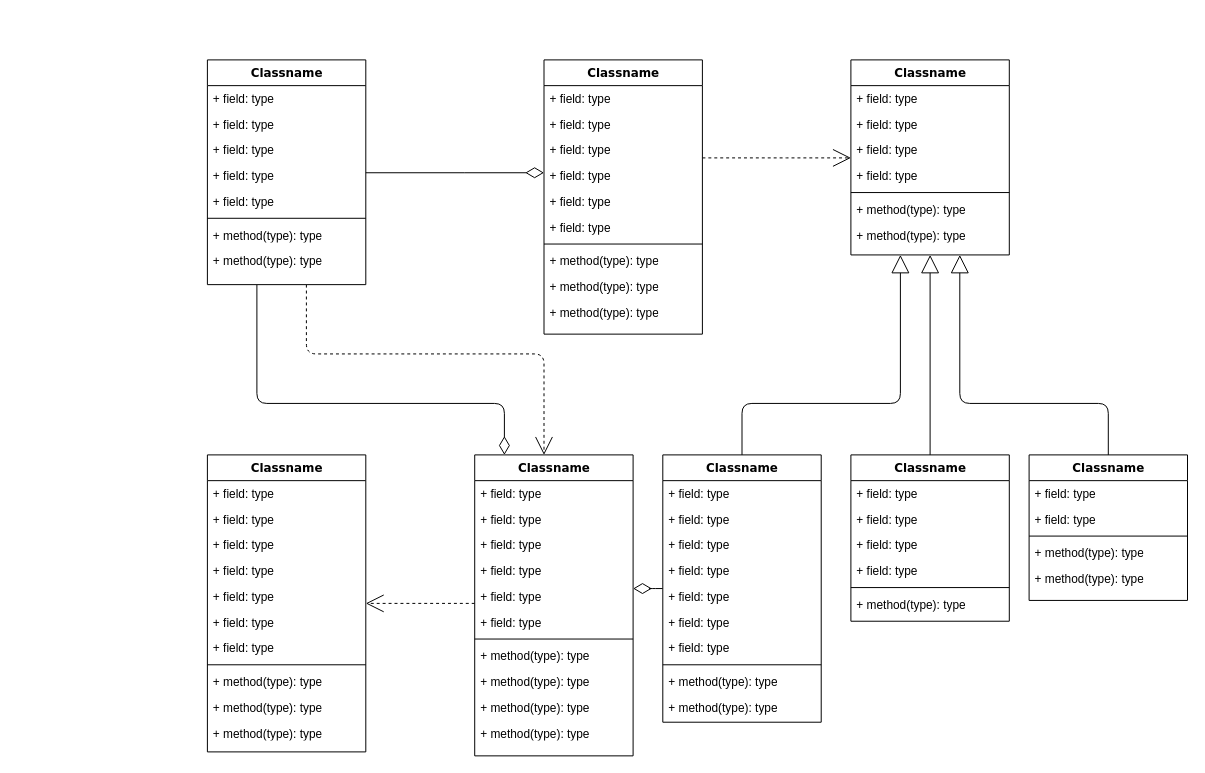
The draw.io diagram src/main/java/ru/elikoev/piknik/Диаграмма без названия.drawio in ElikoevSa/Picnic_Analysis, before the edit. Source tidied: cells renumbered, new cells numbered last; positions are measured from the earlier drawing's top-left corner, leaving out a move shared by most shapes. Both pictures are drawn from the tidied source at 99%, with x=0, y=0 at pixel (207, 59).
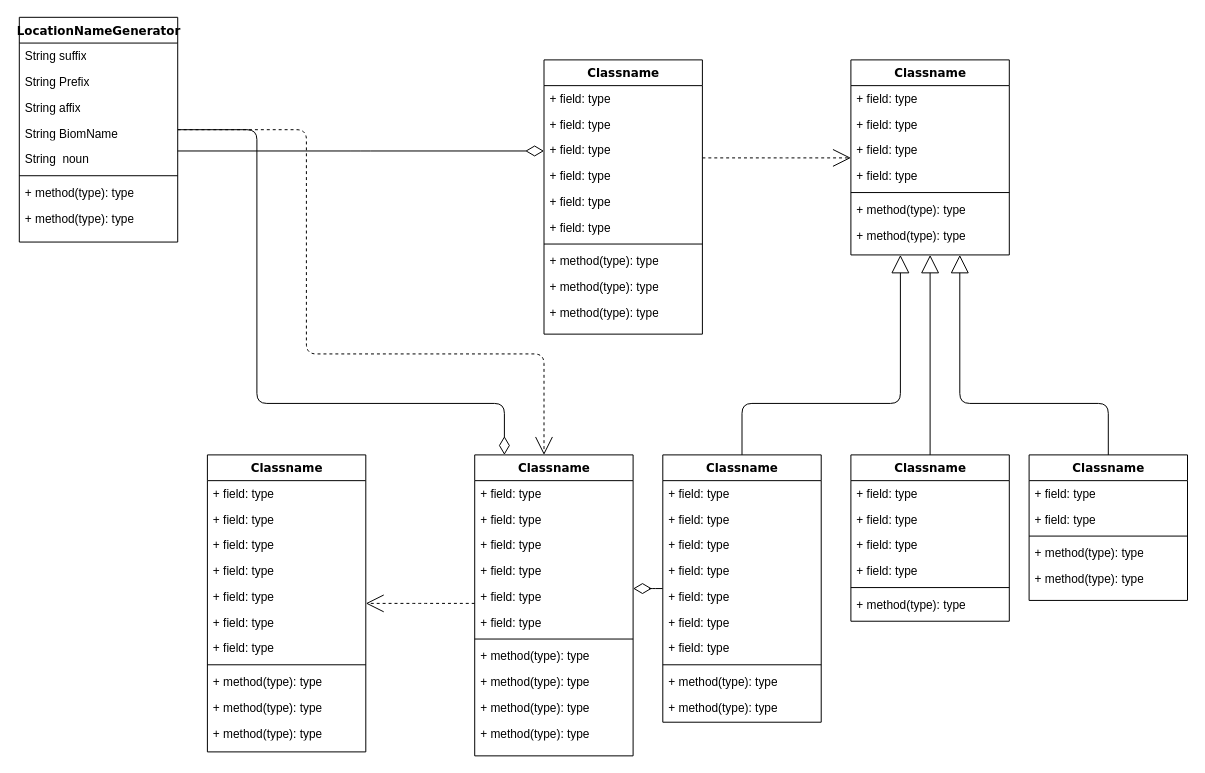
After the change.

Change to the diagram source:
```diff
@@
-    <mxCell id="4" value="Classname" style="swimlane;html=1;fontStyle=1;align=center;verticalAlign=top;horizontal=1;startSize=26;swimlaneFillColor=#ffffff;rounded=0;shadow=0;comic=0;labelBackgroundColor=none;strokeWidth=1;fillColor=none;fontFamily=Verdana;fontSize=12;" parent="1" vertex="1">
-      <mxGeometry width="160" height="227" as="geometry" />
+    <mxCell id="4" value="LocationNameGenerator&lt;div&gt;&lt;br&gt;&lt;/div&gt;" style="swimlane;html=1;fontStyle=1;align=center;verticalAlign=top;horizontal=1;startSize=26;swimlaneFillColor=#ffffff;rounded=0;shadow=0;comic=0;labelBackgroundColor=none;strokeWidth=1;fillColor=none;fontFamily=Verdana;fontSize=12;" parent="1" vertex="1">
+      <mxGeometry x="-190" y="-43" width="160" height="227" as="geometry" />
     </mxCell>
-    <mxCell id="5" value="+ field: type" style="text;html=1;strokeColor=none;fillColor=none;align=left;verticalAlign=top;spacingLeft=4;spacingRight=4;whiteSpace=wrap;overflow=hidden;" parent="4" vertex="1">
+    <mxCell id="5" value="String suffix" style="text;html=1;strokeColor=none;fillColor=none;align=left;verticalAlign=top;spacingLeft=4;spacingRight=4;whiteSpace=wrap;overflow=hidden;" parent="4" vertex="1">
       <mxGeometry y="26" width="160" height="26" as="geometry" />
     </mxCell>
-    <mxCell id="6" value="+ field: type" style="text;html=1;strokeColor=none;fillColor=none;align=left;verticalAlign=top;spacingLeft=4;spacingRight=4;whiteSpace=wrap;overflow=hidden;" parent="4" vertex="1">
+    <mxCell id="6" value="String Prefix" style="text;html=1;strokeColor=none;fillColor=none;align=left;verticalAlign=top;spacingLeft=4;spacingRight=4;whiteSpace=wrap;overflow=hidden;" parent="4" vertex="1">
       <mxGeometry y="52" width="160" height="26" as="geometry" />
     </mxCell>
-    <mxCell id="7" value="+ field: type" style="text;html=1;strokeColor=none;fillColor=none;align=left;verticalAlign=top;spacingLeft=4;spacingRight=4;whiteSpace=wrap;overflow=hidden;" parent="4" vertex="1">
+    <mxCell id="7" value="String affix" style="text;html=1;strokeColor=none;fillColor=none;align=left;verticalAlign=top;spacingLeft=4;spacingRight=4;whiteSpace=wrap;overflow=hidden;" parent="4" vertex="1">
       <mxGeometry y="78" width="160" height="26" as="geometry" />
     </mxCell>
-    <mxCell id="8" value="+ field: type" style="text;html=1;strokeColor=none;fillColor=none;align=left;verticalAlign=top;spacingLeft=4;spacingRight=4;whiteSpace=wrap;overflow=hidden;" parent="4" vertex="1">
+    <mxCell id="8" value="String BiomName" style="text;html=1;strokeColor=none;fillColor=none;align=left;verticalAlign=top;spacingLeft=4;spacingRight=4;whiteSpace=wrap;overflow=hidden;" parent="4" vertex="1">
       <mxGeometry y="104" width="160" height="26" as="geometry" />
     </mxCell>
-    <mxCell id="9" value="+ field: type" style="text;html=1;strokeColor=none;fillColor=none;align=left;verticalAlign=top;spacingLeft=4;spacingRight=4;whiteSpace=wrap;overflow=hidden;" parent="4" vertex="1">
+    <mxCell id="9" value="String&amp;nbsp; noun" style="text;html=1;strokeColor=none;fillColor=none;align=left;verticalAlign=top;spacingLeft=4;spacingRight=4;whiteSpace=wrap;overflow=hidden;" parent="4" vertex="1">
       <mxGeometry y="130" width="160" height="26" as="geometry" />
     </mxCell>
```
